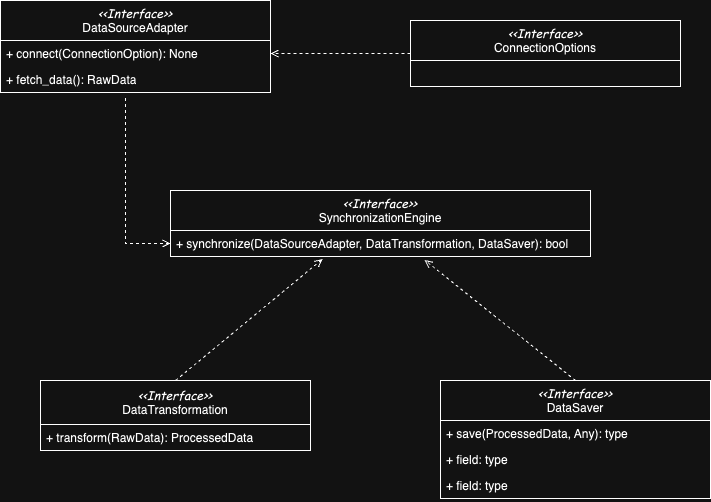
This is img/SyncStructureVisual.png from AlexVorobiov/universal_data_saver_architecture, a draw.io export, as it was before one commit. Source tidied: cells renumbered, new cells last; positions are measured from the earlier drawing's top-left corner, leaving out a move shared by most shapes.
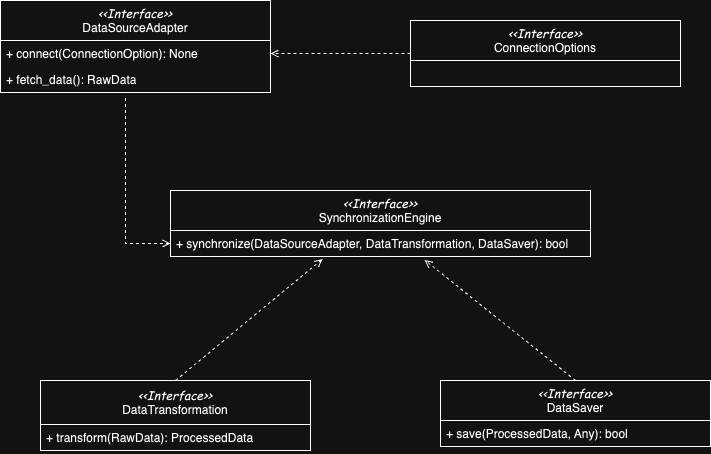
After the change.

Diff of the diagram source:
```diff
@@ -9,17 +9,11 @@
       <mxGeometry y="40" width="420" height="26" as="geometry" />
     </mxCell>
     <mxCell id="4" value="&lt;i style=&quot;border-color: var(--border-color);&quot;&gt;&lt;font style=&quot;border-color: var(--border-color); user-select: initial;&quot; face=&quot;Comic Sans MS&quot;&gt;&amp;lt;&amp;lt;Interface&amp;gt;&amp;gt;&lt;/font&gt;&lt;br style=&quot;border-color: var(--border-color);&quot;&gt;&lt;/i&gt;DataSaver" style="swimlane;fontStyle=0;horizontal=1;startSize=40;fillColor=none;whiteSpace=wrap;html=1;" parent="1" vertex="1">
-      <mxGeometry x="440" y="380" width="270" height="118" as="geometry" />
+      <mxGeometry x="440" y="380" width="270" height="66" as="geometry" />
     </mxCell>
-    <mxCell id="5" value="+ save(ProcessedData, Any): type" style="text;strokeColor=none;fillColor=none;align=left;verticalAlign=top;spacingLeft=4;spacingRight=4;overflow=hidden;whiteSpace=wrap;html=1;" parent="4" vertex="1">
+    <mxCell id="5" value="+ save(ProcessedData, Any): bool" style="text;strokeColor=none;fillColor=none;align=left;verticalAlign=top;spacingLeft=4;spacingRight=4;overflow=hidden;whiteSpace=wrap;html=1;" parent="4" vertex="1">
       <mxGeometry y="40" width="270" height="26" as="geometry" />
     </mxCell>
-    <mxCell id="6" value="+ field: type" style="text;strokeColor=none;fillColor=none;align=left;verticalAlign=top;spacingLeft=4;spacingRight=4;overflow=hidden;whiteSpace=wrap;html=1;" parent="4" vertex="1">
-      <mxGeometry y="66" width="270" height="26" as="geometry" />
-    </mxCell>
-    <mxCell id="7" value="+ field: type" style="text;strokeColor=none;fillColor=none;align=left;verticalAlign=top;spacingLeft=4;spacingRight=4;overflow=hidden;whiteSpace=wrap;html=1;" parent="4" vertex="1">
-      <mxGeometry y="92" width="270" height="26" as="geometry" />
-    </mxCell>
     <mxCell id="8" value="&lt;i style=&quot;border-color: var(--border-color);&quot;&gt;&lt;font style=&quot;border-color: var(--border-color); user-select: initial;&quot; face=&quot;Comic Sans MS&quot;&gt;&amp;lt;&amp;lt;Interface&amp;gt;&amp;gt;&lt;/font&gt;&lt;br style=&quot;border-color: var(--border-color);&quot;&gt;&lt;/i&gt;DataTransformation" style="swimlane;fontStyle=0;horizontal=1;startSize=44;fillColor=none;whiteSpace=wrap;html=1;" parent="1" vertex="1">
       <mxGeometry x="40" y="380" width="270" height="70" as="geometry" />
     </mxCell>
```
